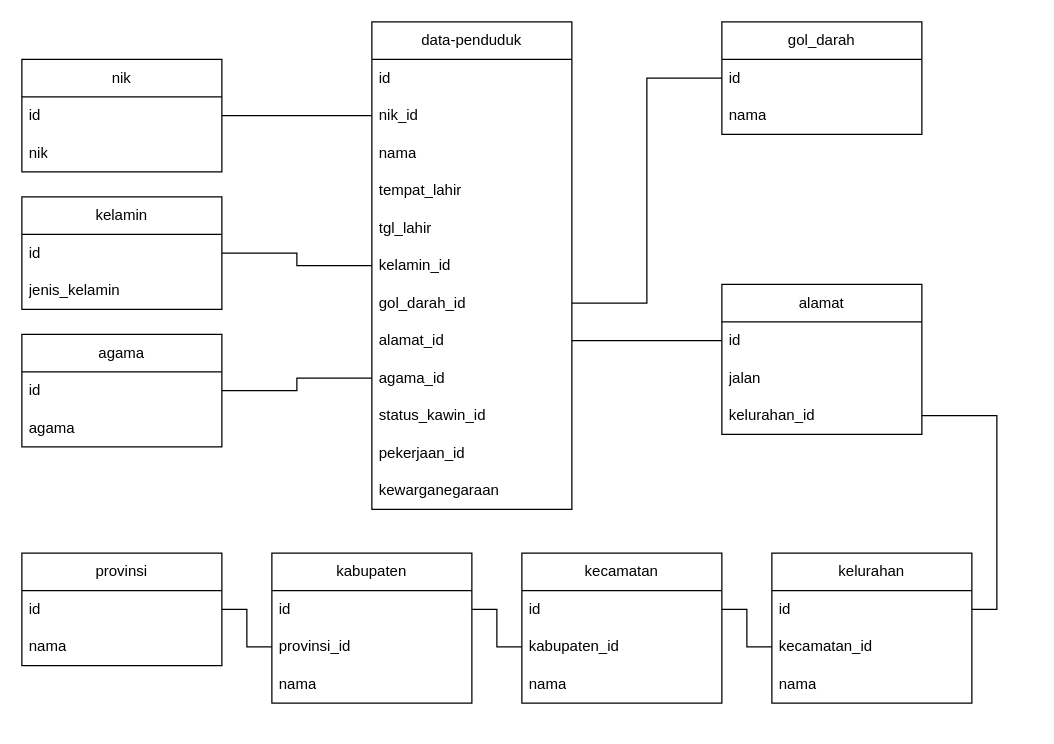
Habsyi2512/data-penduduk keeps this draw.io diagram as database/design-database/relasi database.drawio. Above is the earlier version. Source tidied: cells renumbered, new cells numbered last; positions are measured from the earlier drawing's top-left corner, leaving out a move shared by most shapes. Both pictures are drawn from the tidied source at 125%, with x=0, y=0 at pixel (21, 21).
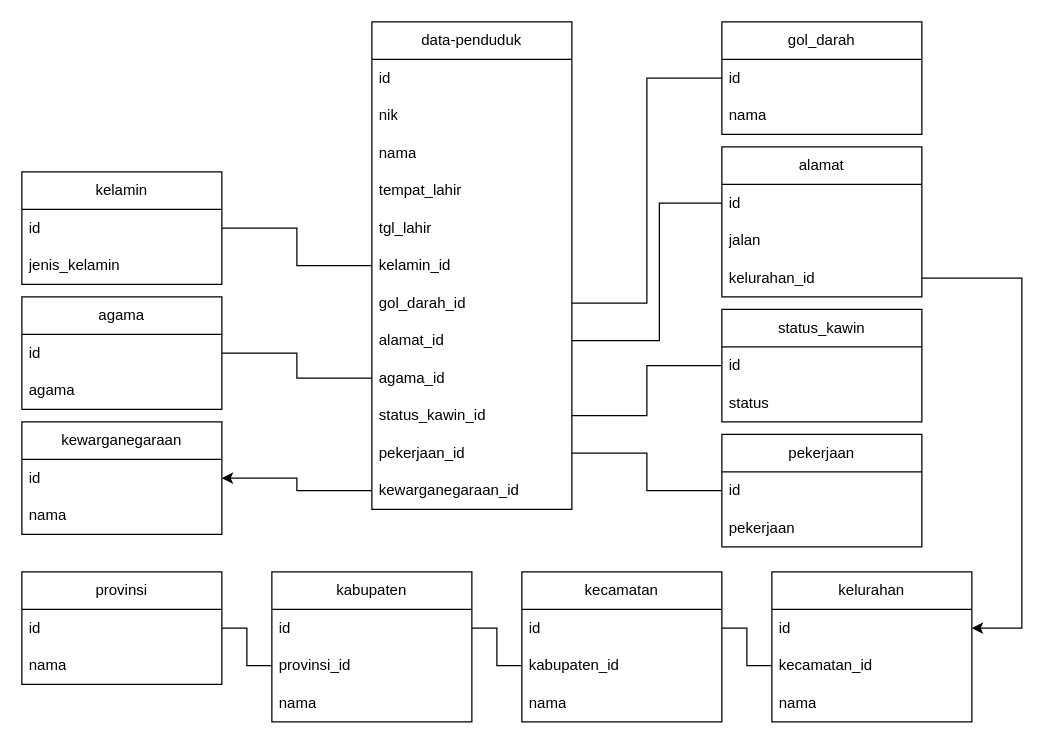
Above is the later version.

Commit message (it also covers changes not shown here):
"Updated database design: modified relasi database.drawio file and added columns to data_penduduks table in migration file."

Unchanged cells that the change refers to:
```xml
<mxCell id="2" value="data-penduduk" style="swimlane;fontStyle=0;horizontal=1;startSize=30;whiteSpace=wrap;html=1;" parent="1" vertex="1">
  <mxGeometry x="280" width="160" height="390" as="geometry" />
</mxCell>
<mxCell id="8" value="kelamin_id" style="text;strokeColor=none;fillColor=none;align=left;verticalAlign=middle;spacingLeft=4;spacingRight=4;overflow=hidden;points=[[0,0.5],[1,0.5]];portConstraint=eastwest;whiteSpace=wrap;html=1;" parent="2" vertex="1">
  <mxGeometry y="180" width="160" height="30" as="geometry" />
</mxCell>
<mxCell id="10" value="alamat_id" style="text;strokeColor=none;fillColor=none;align=left;verticalAlign=middle;spacingLeft=4;spacingRight=4;overflow=hidden;points=[[0,0.5],[1,0.5]];portConstraint=eastwest;whiteSpace=wrap;html=1;" parent="2" vertex="1">
  <mxGeometry y="240" width="160" height="30" as="geometry" />
</mxCell>
<mxCell id="12" value="status_kawin_id" style="text;strokeColor=none;fillColor=none;align=left;verticalAlign=middle;spacingLeft=4;spacingRight=4;overflow=hidden;points=[[0,0.5],[1,0.5]];portConstraint=eastwest;whiteSpace=wrap;html=1;" parent="2" vertex="1">
  <mxGeometry y="300" width="160" height="30" as="geometry" />
</mxCell>
<mxCell id="13" value="pekerjaan_id" style="text;strokeColor=none;fillColor=none;align=left;verticalAlign=middle;spacingLeft=4;spacingRight=4;overflow=hidden;points=[[0,0.5],[1,0.5]];portConstraint=eastwest;whiteSpace=wrap;html=1;" parent="2" vertex="1">
  <mxGeometry y="330" width="160" height="30" as="geometry" />
</mxCell>
<mxCell id="16" value="id" style="text;strokeColor=none;fillColor=none;align=left;verticalAlign=middle;spacingLeft=4;spacingRight=4;overflow=hidden;points=[[0,0.5],[1,0.5]];portConstraint=eastwest;whiteSpace=wrap;html=1;" parent="15" vertex="1">
  <mxGeometry y="30" width="160" height="30" as="geometry" />
</mxCell>
<mxCell id="22" value="id" style="text;strokeColor=none;fillColor=none;align=left;verticalAlign=middle;spacingLeft=4;spacingRight=4;overflow=hidden;points=[[0,0.5],[1,0.5]];portConstraint=eastwest;whiteSpace=wrap;html=1;" parent="21" vertex="1">
  <mxGeometry y="30" width="160" height="30" as="geometry" />
</mxCell>
<mxCell id="24" value="kelurahan_id" style="text;strokeColor=none;fillColor=none;align=left;verticalAlign=middle;spacingLeft=4;spacingRight=4;overflow=hidden;points=[[0,0.5],[1,0.5]];portConstraint=eastwest;whiteSpace=wrap;html=1;" parent="21" vertex="1">
  <mxGeometry y="90" width="160" height="30" as="geometry" />
</mxCell>
<mxCell id="37" value="id" style="text;strokeColor=none;fillColor=none;align=left;verticalAlign=middle;spacingLeft=4;spacingRight=4;overflow=hidden;points=[[0,0.5],[1,0.5]];portConstraint=eastwest;whiteSpace=wrap;html=1;" parent="36" vertex="1">
  <mxGeometry y="30" width="160" height="30" as="geometry" />
</mxCell>
```

Diff of the diagram source:
```diff
@@
-    <mxCell id="4" value="nik_id" style="text;strokeColor=none;fillColor=none;align=left;verticalAlign=middle;spacingLeft=4;spacingRight=4;overflow=hidden;points=[[0,0.5],[1,0.5]];portConstraint=eastwest;whiteSpace=wrap;html=1;" parent="2" vertex="1">
+    <mxCell id="4" value="nik" style="text;strokeColor=none;fillColor=none;align=left;verticalAlign=middle;spacingLeft=4;spacingRight=4;overflow=hidden;points=[[0,0.5],[1,0.5]];portConstraint=eastwest;whiteSpace=wrap;html=1;" parent="2" vertex="1">
       <mxGeometry y="60" width="160" height="30" as="geometry" />
     </mxCell>
@@
-    <mxCell id="14" value="kewarganegaraan" style="text;strokeColor=none;fillColor=none;align=left;verticalAlign=middle;spacingLeft=4;spacingRight=4;overflow=hidden;points=[[0,0.5],[1,0.5]];portConstraint=eastwest;whiteSpace=wrap;html=1;" parent="2" vertex="1">
+    <mxCell id="14" value="kewarganegaraan_id" style="text;strokeColor=none;fillColor=none;align=left;verticalAlign=middle;spacingLeft=4;spacingRight=4;overflow=hidden;points=[[0,0.5],[1,0.5]];portConstraint=eastwest;whiteSpace=wrap;html=1;" parent="2" vertex="1">
       <mxGeometry y="360" width="160" height="30" as="geometry" />
     </mxCell>
     <mxCell id="15" value="kelamin" style="swimlane;fontStyle=0;horizontal=1;startSize=30;whiteSpace=wrap;html=1;" parent="1" vertex="1">
-      <mxGeometry y="140" width="160" height="90" as="geometry" />
+      <mxGeometry y="120" width="160" height="90" as="geometry" />
     </mxCell>
@@
-    <mxCell id="18" value="nik" style="swimlane;fontStyle=0;horizontal=1;startSize=30;whiteSpace=wrap;html=1;" parent="1" vertex="1">
-      <mxGeometry y="30" width="160" height="90" as="geometry" />
-    </mxCell>
-    <mxCell id="19" value="id" style="text;strokeColor=none;fillColor=none;align=left;verticalAlign=middle;spacingLeft=4;spacingRight=4;overflow=hidden;points=[[0,0.5],[1,0.5]];portConstraint=eastwest;whiteSpace=wrap;html=1;" parent="18" vertex="1">
-      <mxGeometry y="30" width="160" height="30" as="geometry" />
-    </mxCell>
-    <mxCell id="20" value="nik" style="text;strokeColor=none;fillColor=none;align=left;verticalAlign=middle;spacingLeft=4;spacingRight=4;overflow=hidden;whiteSpace=wrap;html=1;" parent="18" vertex="1">
-      <mxGeometry y="60" width="160" height="30" as="geometry" />
-    </mxCell>
     <mxCell id="21" value="alamat" style="swimlane;fontStyle=0;horizontal=1;startSize=30;whiteSpace=wrap;html=1;" parent="1" vertex="1">
-      <mxGeometry x="560" y="210" width="160" height="120" as="geometry" />
+      <mxGeometry x="560" y="100" width="160" height="120" as="geometry" />
     </mxCell>
@@
     <mxCell id="25" value="provinsi" style="swimlane;fontStyle=0;horizontal=1;startSize=30;whiteSpace=wrap;html=1;" parent="1" vertex="1">
-      <mxGeometry y="425" width="160" height="90" as="geometry" />
+      <mxGeometry y="440" width="160" height="90" as="geometry" />
     </mxCell>
@@
     <mxCell id="28" value="kabupaten" style="swimlane;fontStyle=0;horizontal=1;startSize=30;whiteSpace=wrap;html=1;" parent="1" vertex="1">
-      <mxGeometry x="200" y="425" width="160" height="120" as="geometry" />
+      <mxGeometry x="200" y="440" width="160" height="120" as="geometry" />
     </mxCell>
@@
     <mxCell id="32" value="kecamatan" style="swimlane;fontStyle=0;horizontal=1;startSize=30;whiteSpace=wrap;html=1;" parent="1" vertex="1">
-      <mxGeometry x="400" y="425" width="160" height="120" as="geometry" />
+      <mxGeometry x="400" y="440" width="160" height="120" as="geometry" />
     </mxCell>
@@
     <mxCell id="36" value="kelurahan" style="swimlane;fontStyle=0;horizontal=1;startSize=30;whiteSpace=wrap;html=1;" parent="1" vertex="1">
-      <mxGeometry x="600" y="425" width="160" height="120" as="geometry" />
+      <mxGeometry x="600" y="440" width="160" height="120" as="geometry" />
     </mxCell>
@@
     <mxCell id="43" value="agama" style="swimlane;fontStyle=0;horizontal=1;startSize=30;whiteSpace=wrap;html=1;" parent="1" vertex="1">
-      <mxGeometry y="250" width="160" height="90" as="geometry" />
+      <mxGeometry y="220" width="160" height="90" as="geometry" />
     </mxCell>
@@
-    <mxCell id="46" style="edgeStyle=orthogonalEdgeStyle;rounded=0;jettySize=auto;html=1;endArrow=none;endFill=0;" parent="1" edge="1" source="19" target="4">
-      <mxGeometry relative="1" as="geometry" />
-    </mxCell>
-    <mxCell id="47" style="edgeStyle=orthogonalEdgeStyle;rounded=0;jettySize=auto;html=1;endArrow=none;endFill=0;" parent="1" edge="1" source="16" target="8">
-      <mxGeometry relative="1" as="geometry">
-        <Array as="points">
-          <mxPoint x="220" y="185" />
-          <mxPoint x="220" y="195" />
-        </Array>
-      </mxGeometry>
-    </mxCell>
@@
     <mxCell id="49" style="edgeStyle=orthogonalEdgeStyle;rounded=0;jettySize=auto;html=1;endArrow=none;endFill=0;" parent="1" edge="1" source="22" target="10">
-      <mxGeometry relative="1" as="geometry" />
+      <mxGeometry relative="1" as="geometry">
+        <Array as="points">
+          <mxPoint x="510" y="145" />
+          <mxPoint x="510" y="255" />
+        </Array>
+      </mxGeometry>
     </mxCell>
@@
+    <mxCell id="55" value="status_kawin" style="swimlane;fontStyle=0;horizontal=1;startSize=30;whiteSpace=wrap;html=1;" parent="1" vertex="1">
+      <mxGeometry x="560" y="230" width="160" height="90" as="geometry" />
+    </mxCell>
+    <mxCell id="56" value="id" style="text;strokeColor=none;fillColor=none;align=left;verticalAlign=middle;spacingLeft=4;spacingRight=4;overflow=hidden;points=[[0,0.5],[1,0.5]];portConstraint=eastwest;whiteSpace=wrap;html=1;" parent="55" vertex="1">
+      <mxGeometry y="30" width="160" height="30" as="geometry" />
+    </mxCell>
+    <mxCell id="57" value="status" style="text;strokeColor=none;fillColor=none;align=left;verticalAlign=middle;spacingLeft=4;spacingRight=4;overflow=hidden;whiteSpace=wrap;html=1;" parent="55" vertex="1">
+      <mxGeometry y="60" width="160" height="30" as="geometry" />
+    </mxCell>
+    <mxCell id="58" style="edgeStyle=orthogonalEdgeStyle;rounded=0;jettySize=auto;html=1;endArrow=none;endFill=0;" parent="1" edge="1" source="56" target="12">
+      <mxGeometry relative="1" as="geometry" />
+    </mxCell>
+    <mxCell id="59" value="pekerjaan" style="swimlane;fontStyle=0;horizontal=1;startSize=30;whiteSpace=wrap;html=1;" parent="1" vertex="1">
+      <mxGeometry x="560" y="330" width="160" height="90" as="geometry" />
+    </mxCell>
+    <mxCell id="60" value="id" style="text;strokeColor=none;fillColor=none;align=left;verticalAlign=middle;spacingLeft=4;spacingRight=4;overflow=hidden;points=[[0,0.5],[1,0.5]];portConstraint=eastwest;whiteSpace=wrap;html=1;" parent="59" vertex="1">
+      <mxGeometry y="30" width="160" height="30" as="geometry" />
+    </mxCell>
+    <mxCell id="61" value="pekerjaan" style="text;strokeColor=none;fillColor=none;align=left;verticalAlign=middle;spacingLeft=4;spacingRight=4;overflow=hidden;whiteSpace=wrap;html=1;" parent="59" vertex="1">
+      <mxGeometry y="60" width="160" height="30" as="geometry" />
+    </mxCell>
-    <mxCell id="54" style="edgeStyle=orthogonalEdgeStyle;rounded=0;jettySize=auto;html=1;endArrow=none;endFill=0;" parent="1" edge="1" source="24" target="37">
+    <mxCell id="54" style="edgeStyle=orthogonalEdgeStyle;rounded=0;jettySize=auto;html=1;" parent="1" edge="1" source="24" target="37">
       <mxGeometry relative="1" as="geometry">
         <Array as="points">
-          <mxPoint x="780" y="315" />
-          <mxPoint x="780" y="470" />
+          <mxPoint x="800" y="205" />
+          <mxPoint x="800" y="485" />
         </Array>
       </mxGeometry>
     </mxCell>
+    <mxCell id="62" style="edgeStyle=orthogonalEdgeStyle;rounded=0;jettySize=auto;html=1;endArrow=none;endFill=0;" parent="1" edge="1" source="60" target="13">
+      <mxGeometry relative="1" as="geometry" />
+    </mxCell>
+    <mxCell id="63" value="kewarganegaraan" style="swimlane;fontStyle=0;horizontal=1;startSize=30;whiteSpace=wrap;html=1;" parent="1" vertex="1">
+      <mxGeometry y="320" width="160" height="90" as="geometry" />
+    </mxCell>
+    <mxCell id="64" value="id" style="text;strokeColor=none;fillColor=none;align=left;verticalAlign=middle;spacingLeft=4;spacingRight=4;overflow=hidden;points=[[0,0.5],[1,0.5]];portConstraint=eastwest;whiteSpace=wrap;html=1;" parent="63" vertex="1">
+      <mxGeometry y="30" width="160" height="30" as="geometry" />
+    </mxCell>
+    <mxCell id="65" value="nama" style="text;strokeColor=none;fillColor=none;align=left;verticalAlign=middle;spacingLeft=4;spacingRight=4;overflow=hidden;whiteSpace=wrap;html=1;" parent="63" vertex="1">
+      <mxGeometry y="60" width="160" height="30" as="geometry" />
+    </mxCell>
+    <mxCell id="66" style="edgeStyle=orthogonalEdgeStyle;rounded=0;jettySize=auto;html=1;endArrow=none;endFill=0;" parent="1" edge="1" source="8" target="16">
+      <mxGeometry relative="1" as="geometry" />
+    </mxCell>
+    <mxCell id="67" style="edgeStyle=orthogonalEdgeStyle;rounded=0;jettySize=auto;html=1;" parent="1" edge="1" source="14" target="64">
+      <mxGeometry relative="1" as="geometry" />
+    </mxCell>
```
